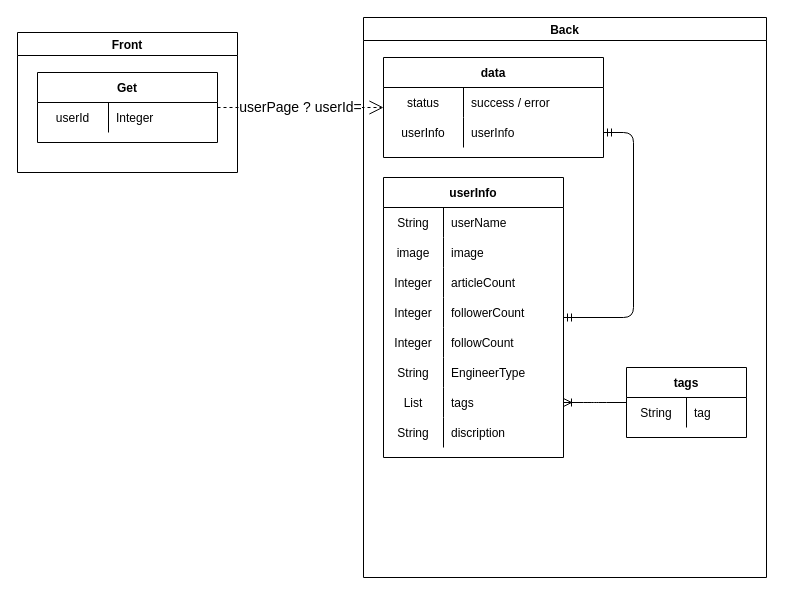
yusuke-rakus/Qiish keeps this draw.io diagram as page "マイページ表示" (4 of 16) of Designs/基本設計.drawio. Above is the earlier version. Source tidied: cells renumbered, new cells numbered last; positions are measured from the earlier drawing's top-left corner, leaving out a move shared by most shapes. Both pictures are drawn from the tidied source at 100%, with x=0, y=0 at pixel (17, 17).
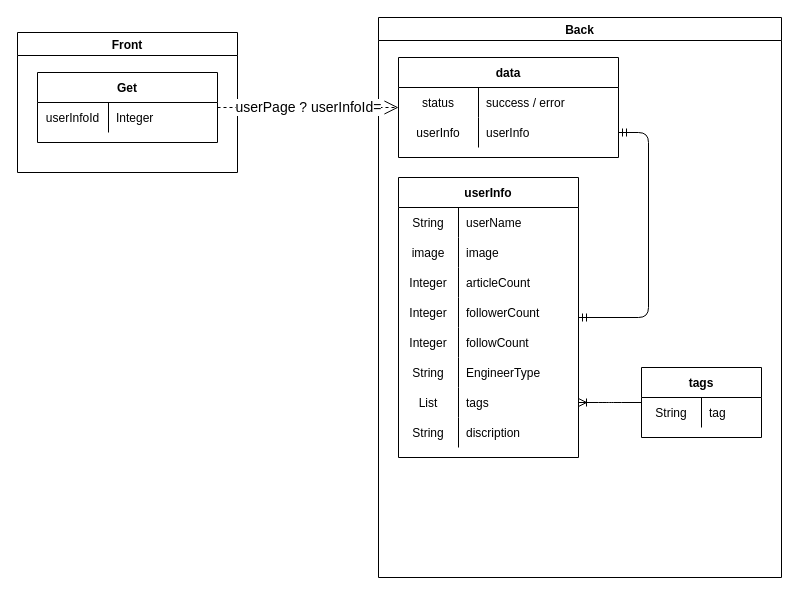
Above is the later version.

The change refers to these unchanged cells:
```xml
<mxCell id="3" value="Get" style="shape=table;startSize=30;childLayout=tableLayout;rowLines=0;fontStyle=1;align=center;" parent="2" vertex="1">
  <mxGeometry x="20" y="40" width="180" height="70" as="geometry" />
</mxCell>
<mxCell id="4" style="shape=partialRectangle;fillColor=none;top=0;left=0;bottom=0;right=0;" parent="3" vertex="1">
  <mxGeometry y="30" width="180" height="30" as="geometry" />
</mxCell>
<mxCell id="8" value="data" style="shape=table;startSize=30;childLayout=tableLayout;rowLines=0;fontStyle=1;align=center;" parent="7" vertex="1">
  <mxGeometry x="20" y="40" width="220" height="100" as="geometry" />
</mxCell>
```

Diff of the diagram source:
```diff
@@
-    <mxCell id="5" value="userId" style="shape=partialRectangle;fillColor=none;top=0;left=0;bottom=0;right=0;overflow=hidden;" parent="4" vertex="1">
+    <mxCell id="5" value="userInfoId" style="shape=partialRectangle;fillColor=none;top=0;left=0;bottom=0;right=0;overflow=hidden;fontStyle=0;" parent="4" vertex="1">
       <mxGeometry width="71" height="30" as="geometry" />
     </mxCell>
@@
     <mxCell id="7" value="Back" style="swimlane;" parent="1" vertex="1">
-      <mxGeometry x="346" width="403" height="560" as="geometry" />
+      <mxGeometry x="361" width="403" height="560" as="geometry" />
     </mxCell>
@@
-    <mxCell id="46" value="&lt;font style=&quot;font-size: 14px&quot;&gt;userPage ? userId=&lt;br&gt;&lt;/font&gt;" style="endArrow=open;endSize=12;dashed=1;html=1;" parent="1" edge="1" source="3" target="8">
+    <mxCell id="46" value="&lt;font style=&quot;font-size: 14px&quot;&gt;userPage ? userInfoId=&lt;br&gt;&lt;/font&gt;" style="endArrow=open;endSize=12;dashed=1;html=1;" parent="1" edge="1" source="3" target="8">
       <mxGeometry relative="1" as="geometry" />
     </mxCell>
```
